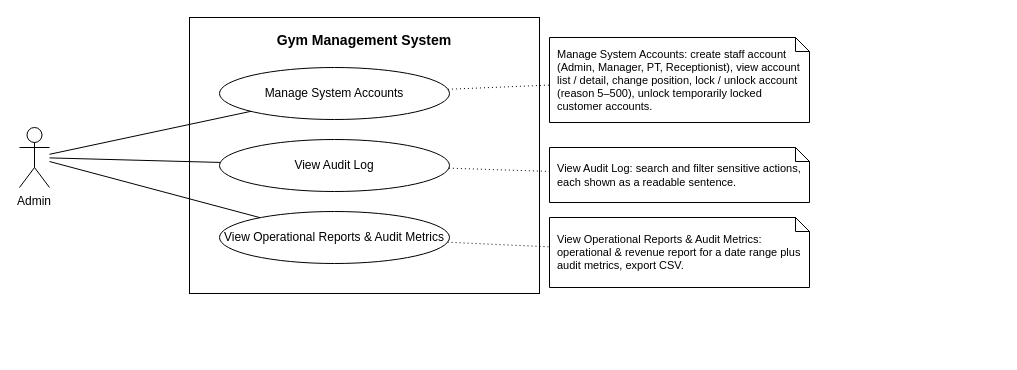
Above: docs/srs-update/uc-diagrams/UC_Admin.drawio in Thomas-luckyclover/gym-management-system (draw.io), before the change. Source tidied: cells renumbered, new cells numbered last; positions are measured from the earlier drawing's top-left corner, leaving out a move shared by most shapes. Both pictures are drawn from the tidied source at 100%, with x=0, y=0 at pixel (19, 17).
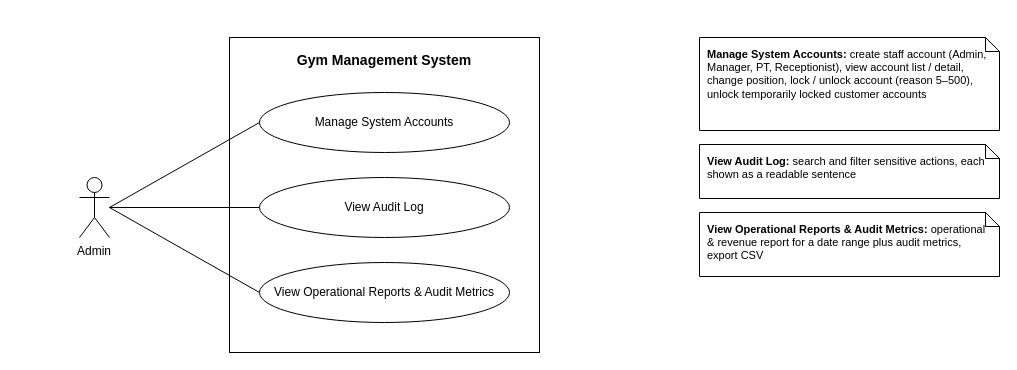
The same page after the edit.

Change to the diagram source:
```diff
@@
 <mxGraphModel background="#FFFFFF">
   <root>
     <mxCell id="0" />
     <mxCell id="1" parent="0" />
     <mxCell id="2" value="Gym Management System" style="rounded=0;whiteSpace=wrap;html=1;fillColor=#FFFFFF;strokeColor=#000000;verticalAlign=top;align=center;fontStyle=1;spacingTop=8;fontFamily=Helvetica;fontSize=14;" parent="1" vertex="1">
-      <mxGeometry x="170" width="350" height="276" as="geometry" />
+      <mxGeometry x="210" y="20" width="310" height="315" as="geometry" />
     </mxCell>
     <mxCell id="3" value="Manage System Accounts" style="ellipse;whiteSpace=wrap;html=1;fillColor=#FFFFFF;strokeColor=#000000;fontFamily=Helvetica;fontSize=12;" parent="1" vertex="1">
-      <mxGeometry x="200" y="50" width="230" height="52" as="geometry" />
+      <mxGeometry x="240" y="75" width="250" height="60" as="geometry" />
     </mxCell>
     <mxCell id="4" value="View Audit Log" style="ellipse;whiteSpace=wrap;html=1;fillColor=#FFFFFF;strokeColor=#000000;fontFamily=Helvetica;fontSize=12;" parent="1" vertex="1">
-      <mxGeometry x="200" y="122" width="230" height="52" as="geometry" />
+      <mxGeometry x="240" y="160" width="250" height="60" as="geometry" />
     </mxCell>
     <mxCell id="5" value="View Operational Reports &amp; Audit Metrics" style="ellipse;whiteSpace=wrap;html=1;fillColor=#FFFFFF;strokeColor=#000000;fontFamily=Helvetica;fontSize=12;" parent="1" vertex="1">
-      <mxGeometry x="200" y="194" width="230" height="52" as="geometry" />
+      <mxGeometry x="240" y="245" width="250" height="60" as="geometry" />
     </mxCell>
     <mxCell id="6" value="Admin" style="shape=umlActor;verticalLabelPosition=bottom;verticalAlign=top;html=1;outlineConnect=0;fillColor=#FFFFFF;strokeColor=#000000;whiteSpace=wrap;fontFamily=Helvetica;fontSize=12;" parent="1" vertex="1">
-      <mxGeometry y="110" width="30" height="60" as="geometry" />
+      <mxGeometry x="60" y="160" width="30" height="60" as="geometry" />
     </mxCell>
-    <mxCell id="7" value="Manage System Accounts: create staff account (Admin, Manager, PT, Receptionist), view account list / detail, change position, lock / unlock account (reason 5–500), unlock temporarily locked customer accounts." style="shape=note;size=14;whiteSpace=wrap;html=1;fillColor=#FFFFFF;strokeColor=#000000;align=left;spacingLeft=6;spacingRight=4;fontFamily=Helvetica;fontSize=11;" parent="1" vertex="1">
-      <mxGeometry x="530" y="20" width="260" height="85" as="geometry" />
-    </mxCell>
-    <mxCell id="8" style="html=1;rounded=0;strokeColor=#000000;endArrow=none;dashed=1;dashPattern=1 3;" parent="1" edge="1" source="3" target="7">
-      <mxGeometry relative="1" as="geometry" />
-    </mxCell>
-    <mxCell id="9" value="View Audit Log: search and filter sensitive actions, each shown as a readable sentence." style="shape=note;size=14;whiteSpace=wrap;html=1;fillColor=#FFFFFF;strokeColor=#000000;align=left;spacingLeft=6;spacingRight=4;fontFamily=Helvetica;fontSize=11;" parent="1" vertex="1">
-      <mxGeometry x="530" y="130" width="260" height="55" as="geometry" />
-    </mxCell>
-    <mxCell id="10" style="html=1;rounded=0;strokeColor=#000000;endArrow=none;dashed=1;dashPattern=1 3;" parent="1" edge="1" source="4" target="9">
-      <mxGeometry relative="1" as="geometry" />
-    </mxCell>
-    <mxCell id="11" value="View Operational Reports &amp; Audit Metrics: operational &amp; revenue report for a date range plus audit metrics, export CSV." style="shape=note;size=14;whiteSpace=wrap;html=1;fillColor=#FFFFFF;strokeColor=#000000;align=left;spacingLeft=6;spacingRight=4;fontFamily=Helvetica;fontSize=11;" parent="1" vertex="1">
-      <mxGeometry x="530" y="200" width="260" height="70" as="geometry" />
-    </mxCell>
-    <mxCell id="12" style="html=1;rounded=0;strokeColor=#000000;endArrow=none;dashed=1;dashPattern=1 3;" parent="1" edge="1" source="5" target="11">
-      <mxGeometry relative="1" as="geometry" />
-    </mxCell>
-    <mxCell id="13" style="html=1;rounded=0;strokeColor=#000000;endArrow=none;" parent="1" edge="1" source="6" target="3">
+    <mxCell id="13" style="html=1;rounded=0;strokeColor=#000000;endArrow=none;exitX=1;exitY=0.5;exitDx=0;exitDy=0;entryX=0;entryY=0.5;entryDx=0;entryDy=0;" parent="1" edge="1" source="6" target="3">
       <mxGeometry relative="1" as="geometry" />
     </mxCell>
-    <mxCell id="14" style="html=1;rounded=0;strokeColor=#000000;endArrow=none;" parent="1" edge="1" source="6" target="4">
+    <mxCell id="14" style="html=1;rounded=0;strokeColor=#000000;endArrow=none;exitX=1;exitY=0.5;exitDx=0;exitDy=0;entryX=0;entryY=0.5;entryDx=0;entryDy=0;" parent="1" edge="1" source="6" target="4">
       <mxGeometry relative="1" as="geometry" />
     </mxCell>
-    <mxCell id="15" style="html=1;rounded=0;strokeColor=#000000;endArrow=none;" parent="1" edge="1" source="6" target="5">
+    <mxCell id="15" style="html=1;rounded=0;strokeColor=#000000;endArrow=none;exitX=1;exitY=0.5;exitDx=0;exitDy=0;entryX=0;entryY=0.5;entryDx=0;entryDy=0;" parent="1" edge="1" source="6" target="5">
       <mxGeometry relative="1" as="geometry" />
     </mxCell>
+    <mxCell id="16" value="&lt;b&gt;Manage System Accounts:&lt;/b&gt; create staff account (Admin, Manager, PT, Receptionist), view account list / detail, change position, lock / unlock account (reason 5–500), unlock temporarily locked customer accounts" style="shape=note;size=14;whiteSpace=wrap;html=1;fillColor=#FFFFFF;strokeColor=#000000;align=left;verticalAlign=top;spacingLeft=6;spacingRight=6;spacingTop=4;fontFamily=Helvetica;fontSize=11;" parent="1" vertex="1">
+      <mxGeometry x="680" y="20" width="300" height="93" as="geometry" />
+    </mxCell>
+    <mxCell id="17" value="&lt;b&gt;View Audit Log:&lt;/b&gt; search and filter sensitive actions, each shown as a readable sentence" style="shape=note;size=14;whiteSpace=wrap;html=1;fillColor=#FFFFFF;strokeColor=#000000;align=left;verticalAlign=top;spacingLeft=6;spacingRight=6;spacingTop=4;fontFamily=Helvetica;fontSize=11;" parent="1" vertex="1">
+      <mxGeometry x="680" y="127" width="300" height="54" as="geometry" />
+    </mxCell>
+    <mxCell id="18" value="&lt;b&gt;View Operational Reports &amp; Audit Metrics:&lt;/b&gt; operational &amp; revenue report for a date range plus audit metrics, export CSV" style="shape=note;size=14;whiteSpace=wrap;html=1;fillColor=#FFFFFF;strokeColor=#000000;align=left;verticalAlign=top;spacingLeft=6;spacingRight=6;spacingTop=4;fontFamily=Helvetica;fontSize=11;" parent="1" vertex="1">
+      <mxGeometry x="680" y="195" width="300" height="64" as="geometry" />
+    </mxCell>
   </root>
 </mxGraphModel>
```
